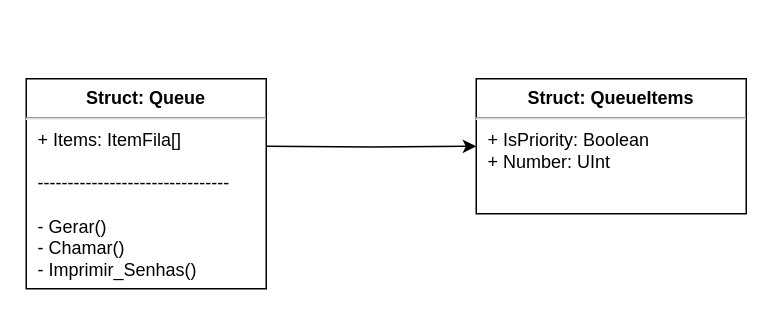
The draw.io diagram page "Estrutura dados" (1 of 5) of .vs/estrutura_de_dados_projeto_fila/documentation/fluxo.drawio in ssdaniel96/facul-estrutura_de_dados-proj_fila, before the edit. Source tidied: cells renumbered, new cells numbered last; positions are measured from the earlier drawing's top-left corner, leaving out a move shared by most shapes. Both pictures are drawn from the tidied source at 150%, with x=0, y=0 at pixel (26, 78).
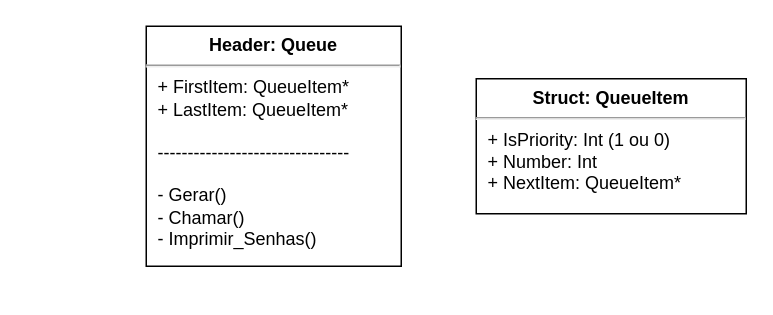
The same diagram, later.

Change to the diagram source:
```diff
@@
 <mxGraphModel>
   <root>
     <mxCell id="0" />
     <mxCell id="1" parent="0" />
-    <mxCell id="2" style="edgeStyle=orthogonalEdgeStyle;rounded=0;jettySize=auto;html=1;entryX=0;entryY=0.5;entryDx=0;entryDy=0;" parent="1" edge="1" target="3">
-      <mxGeometry relative="1" as="geometry">
-        <mxPoint x="160" y="45" as="sourcePoint" />
-      </mxGeometry>
-    </mxCell>
-    <mxCell id="3" value="&lt;p style=&quot;margin: 0px ; margin-top: 6px ; text-align: center&quot;&gt;&lt;b&gt;Struct: QueueItems&lt;/b&gt;&lt;/p&gt;&lt;hr&gt;&lt;p style=&quot;margin: 0px ; margin-left: 8px&quot;&gt;+ IsPriority: Boolean&lt;br&gt;+ Number: UInt&lt;/p&gt;" style="align=left;overflow=fill;html=1;" parent="1" vertex="1">
+    <mxCell id="3" value="&lt;p style=&quot;margin: 0px ; margin-top: 6px ; text-align: center&quot;&gt;&lt;b&gt;Struct: QueueItem&lt;/b&gt;&lt;/p&gt;&lt;hr&gt;&lt;p style=&quot;margin: 0px ; margin-left: 8px&quot;&gt;+ IsPriority: Int (1 ou 0)&lt;/p&gt;&lt;p style=&quot;margin: 0px ; margin-left: 8px&quot;&gt;+ Number: Int&lt;/p&gt;&lt;p style=&quot;margin: 0px ; margin-left: 8px&quot;&gt;+ NextItem: QueueItem*&lt;/p&gt;" style="align=left;overflow=fill;html=1;" parent="1" vertex="1">
       <mxGeometry x="300" width="180" height="90" as="geometry" />
     </mxCell>
-    <mxCell id="4" value="&lt;p style=&quot;margin: 0px ; margin-top: 6px ; text-align: center&quot;&gt;&lt;b&gt;Struct: Queue&lt;/b&gt;&lt;/p&gt;&lt;hr&gt;&lt;p style=&quot;margin: 0px ; margin-left: 8px&quot;&gt;+ Items: ItemFila[]&lt;/p&gt;&lt;p style=&quot;margin: 0px ; margin-left: 8px&quot;&gt;&lt;br&gt;&lt;/p&gt;&lt;p style=&quot;margin: 0px ; margin-left: 8px&quot;&gt;--------------------------------&lt;/p&gt;&lt;p style=&quot;margin: 0px ; margin-left: 8px&quot;&gt;&lt;br&gt;&lt;/p&gt;&lt;p style=&quot;margin: 0px ; margin-left: 8px&quot;&gt;- Gerar()&lt;/p&gt;&lt;p style=&quot;margin: 0px ; margin-left: 8px&quot;&gt;- Chamar()&lt;/p&gt;&lt;p style=&quot;margin: 0px ; margin-left: 8px&quot;&gt;- Imprimir_Senhas()&lt;/p&gt;&lt;p style=&quot;margin: 0px ; margin-left: 8px&quot;&gt;&lt;br&gt;&lt;/p&gt;" style="align=left;overflow=fill;html=1;" parent="1" vertex="1">
-      <mxGeometry width="160" height="140" as="geometry" />
-    </mxCell>
+    <mxCell id="5" value="&lt;p style=&quot;margin: 0px ; margin-top: 6px ; text-align: center&quot;&gt;&lt;b&gt;Header: Queue&lt;/b&gt;&lt;/p&gt;&lt;hr&gt;&lt;p style=&quot;margin: 0px ; margin-left: 8px&quot;&gt;+ FirstItem: QueueItem*&lt;br&gt;+ LastItem: QueueItem*&lt;/p&gt;&lt;p style=&quot;margin: 0px ; margin-left: 8px&quot;&gt;&lt;br&gt;&lt;/p&gt;&lt;p style=&quot;margin: 0px ; margin-left: 8px&quot;&gt;--------------------------------&lt;/p&gt;&lt;p style=&quot;margin: 0px ; margin-left: 8px&quot;&gt;&lt;br&gt;&lt;/p&gt;&lt;p style=&quot;margin: 0px ; margin-left: 8px&quot;&gt;- Gerar()&lt;/p&gt;&lt;p style=&quot;margin: 0px ; margin-left: 8px&quot;&gt;- Chamar()&lt;/p&gt;&lt;p style=&quot;margin: 0px ; margin-left: 8px&quot;&gt;- Imprimir_Senhas()&lt;/p&gt;&lt;p style=&quot;margin: 0px ; margin-left: 8px&quot;&gt;&lt;br&gt;&lt;/p&gt;" style="align=left;overflow=fill;html=1;" parent="1" vertex="1">
+      <mxGeometry x="80" y="-35" width="170" height="160" as="geometry" />
+    </mxCell>
   </root>
 </mxGraphModel>
```
